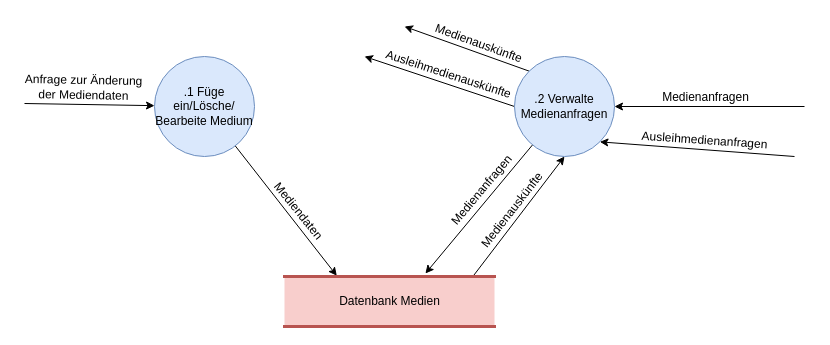
The draw.io diagram 2_Ontologies/Strukturierte Analyse/DFDs/Level1/DFD_1_Verwalte_Medien.drawio in mostermann96/SWT2, before the edit. Source tidied: cells renumbered, new cells numbered last; positions are measured from the earlier drawing's top-left corner, leaving out a move shared by most shapes. Both pictures are drawn from the tidied source at 100%, with x=0, y=0 at pixel (24, 26).
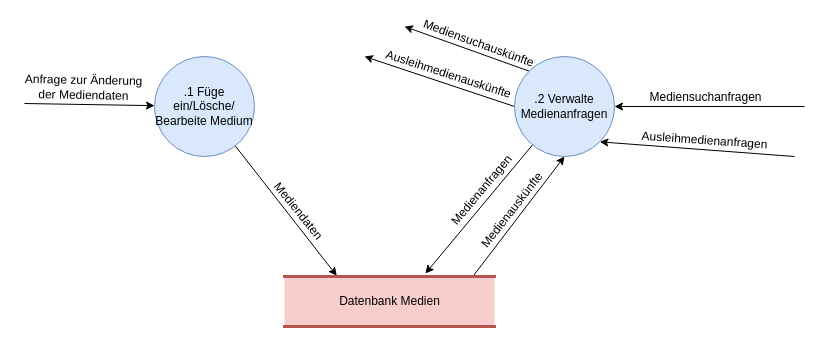
The same diagram, later.

The change refers to these unchanged cells:
```xml
<mxCell id="12" style="edgeStyle=none;rounded=0;jettySize=auto;html=1;exitX=1;exitY=0.5;exitDx=0;exitDy=0;startArrow=classic;startFill=1;endArrow=none;endFill=0;" parent="1" edge="1" source="20">
  <mxGeometry relative="1" as="geometry">
    <mxPoint x="780" y="80" as="targetPoint" />
  </mxGeometry>
</mxCell>
<mxCell id="16" style="edgeStyle=none;rounded=0;jettySize=auto;html=1;exitX=0;exitY=0;exitDx=0;exitDy=0;startArrow=none;startFill=0;endArrow=classic;endFill=1;" parent="1" edge="1" source="20">
  <mxGeometry relative="1" as="geometry">
    <mxPoint x="380" as="targetPoint" />
  </mxGeometry>
</mxCell>
```

The edit, as a diff of the source:
```diff
@@
-    <mxCell id="13" value="Medienanfragen" style="text;html=1;align=center;verticalAlign=middle;labelBackgroundColor=#ffffff;" parent="12" vertex="1">
+    <mxCell id="13" value="Mediensuchanfragen" style="text;html=1;align=center;verticalAlign=middle;labelBackgroundColor=#ffffff;" parent="12" vertex="1">
       <mxGeometry x="-0.27" y="-1" relative="1" as="geometry">
         <mxPoint x="21" y="-11" as="offset" />
       </mxGeometry>
     </mxCell>
@@
-    <mxCell id="17" value="Medienauskünfte" style="text;html=1;align=center;verticalAlign=middle;labelBackgroundColor=#ffffff;rotation=20;" parent="16" vertex="1">
+    <mxCell id="17" value="Mediensuchauskünfte" style="text;html=1;align=center;verticalAlign=middle;labelBackgroundColor=#ffffff;rotation=20;" parent="16" vertex="1">
       <mxGeometry x="-0.53" y="-1" relative="1" as="geometry">
         <mxPoint x="-22" y="-16.5" as="offset" />
       </mxGeometry>
     </mxCell>
```
